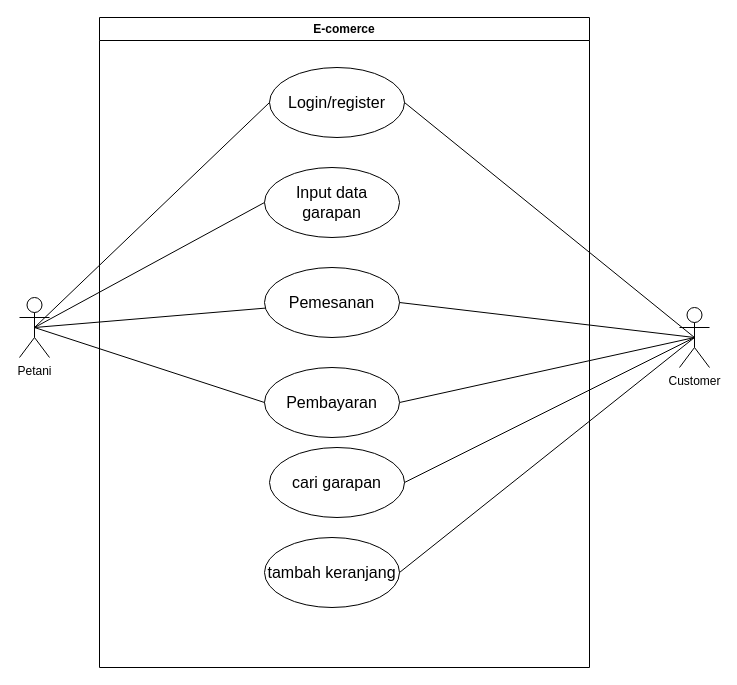
The draw.io diagram usecase.drawio in zzarr/Project3-design-diagram, before the edit. Source tidied: cells renumbered, new cells numbered last; positions are measured from the earlier drawing's top-left corner, leaving out a move shared by most shapes. Both pictures are drawn from the tidied source at 100%, with x=0, y=0 at pixel (19, 17).
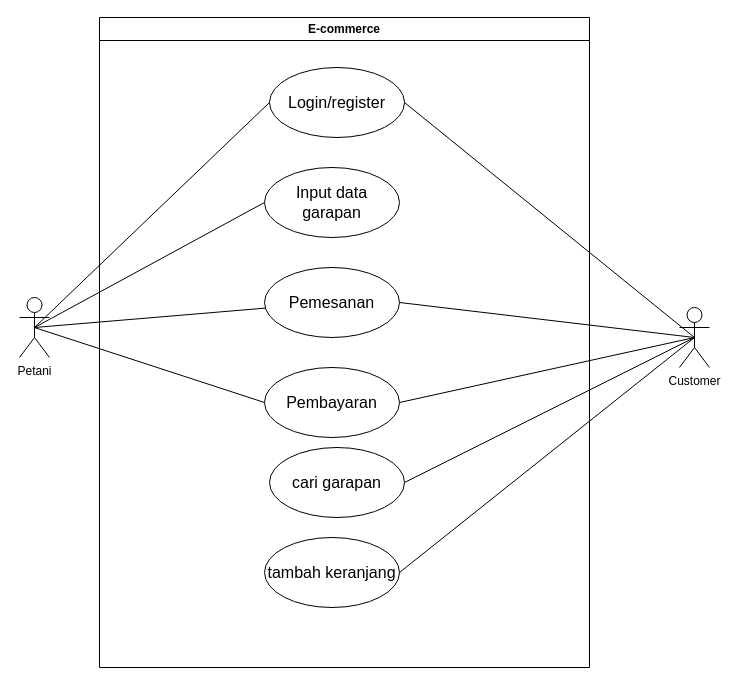
After the change.

What changed in the source:
```diff
@@
 <mxGraphModel>
   <root>
     <mxCell id="0" />
     <mxCell id="1" parent="0" />
     <mxCell id="2" value="Petani" style="shape=umlActor;verticalLabelPosition=bottom;verticalAlign=top;html=1;outlineConnect=0;fontStyle=0;" parent="1" vertex="1">
       <mxGeometry y="280" width="30" height="60" as="geometry" />
     </mxCell>
     <mxCell id="3" value="Customer" style="shape=umlActor;verticalLabelPosition=bottom;verticalAlign=top;html=1;outlineConnect=0;fontStyle=0;" parent="1" vertex="1">
       <mxGeometry x="660" y="290" width="30" height="60" as="geometry" />
     </mxCell>
     <mxCell id="4" value="&lt;font style=&quot;font-size: 16px;&quot;&gt;Input data garapan&lt;/font&gt;" style="ellipse;whiteSpace=wrap;html=1;" parent="1" vertex="1">
       <mxGeometry x="245" y="150" width="135" height="70" as="geometry" />
     </mxCell>
     <mxCell id="5" value="&lt;span style=&quot;font-size: 16px;&quot;&gt;Pemesanan&lt;/span&gt;" style="ellipse;whiteSpace=wrap;html=1;" parent="1" vertex="1">
       <mxGeometry x="245" y="250" width="135" height="70" as="geometry" />
     </mxCell>
     <mxCell id="6" style="rounded=0;jettySize=auto;html=1;exitX=1;exitY=0.5;exitDx=0;exitDy=0;entryX=0.5;entryY=0.5;entryDx=0;entryDy=0;entryPerimeter=0;endArrow=none;endFill=0;" parent="1" edge="1" source="7" target="3">
       <mxGeometry relative="1" as="geometry" />
     </mxCell>
     <mxCell id="7" value="&lt;span style=&quot;font-size: 16px;&quot;&gt;Pembayaran&lt;/span&gt;" style="ellipse;whiteSpace=wrap;html=1;" parent="1" vertex="1">
       <mxGeometry x="245" y="350" width="135" height="70" as="geometry" />
     </mxCell>
     <mxCell id="8" value="&lt;span style=&quot;font-size: 16px;&quot;&gt;cari garapan&lt;/span&gt;" style="ellipse;whiteSpace=wrap;html=1;" parent="1" vertex="1">
       <mxGeometry x="250" y="430" width="135" height="70" as="geometry" />
     </mxCell>
     <mxCell id="9" value="&lt;span style=&quot;font-size: 16px;&quot;&gt;tambah keranjang&lt;/span&gt;" style="ellipse;whiteSpace=wrap;html=1;" parent="1" vertex="1">
       <mxGeometry x="245" y="520" width="135" height="70" as="geometry" />
     </mxCell>
     <mxCell id="10" style="rounded=0;jettySize=auto;html=1;endArrow=none;endFill=0;entryX=0.5;entryY=0.5;entryDx=0;entryDy=0;entryPerimeter=0;" parent="1" edge="1" source="5" target="2">
       <mxGeometry relative="1" as="geometry" />
     </mxCell>
     <mxCell id="11" style="rounded=0;jettySize=auto;html=1;exitX=0;exitY=0.5;exitDx=0;exitDy=0;endArrow=none;endFill=0;entryX=0.5;entryY=0.5;entryDx=0;entryDy=0;entryPerimeter=0;" parent="1" edge="1" source="7" target="2">
       <mxGeometry relative="1" as="geometry" />
     </mxCell>
     <mxCell id="12" style="rounded=0;jettySize=auto;html=1;exitX=1;exitY=0.5;exitDx=0;exitDy=0;entryX=0.5;entryY=0.5;entryDx=0;entryDy=0;entryPerimeter=0;endArrow=none;endFill=0;" parent="1" edge="1" source="5" target="3">
       <mxGeometry relative="1" as="geometry" />
     </mxCell>
     <mxCell id="13" style="rounded=0;jettySize=auto;html=1;exitX=1;exitY=0.5;exitDx=0;exitDy=0;entryX=0.5;entryY=0.5;entryDx=0;entryDy=0;entryPerimeter=0;endArrow=none;endFill=0;" parent="1" edge="1" source="8" target="3">
       <mxGeometry relative="1" as="geometry" />
     </mxCell>
     <mxCell id="14" style="rounded=0;jettySize=auto;html=1;exitX=1;exitY=0.5;exitDx=0;exitDy=0;entryX=0.5;entryY=0.5;entryDx=0;entryDy=0;entryPerimeter=0;endArrow=none;endFill=0;" parent="1" edge="1" source="9" target="3">
       <mxGeometry relative="1" as="geometry" />
     </mxCell>
     <mxCell id="15" value="&lt;span style=&quot;font-size: 16px;&quot;&gt;Login/register&lt;/span&gt;" style="ellipse;whiteSpace=wrap;html=1;" parent="1" vertex="1">
       <mxGeometry x="250" y="50" width="135" height="70" as="geometry" />
     </mxCell>
     <mxCell id="16" style="rounded=0;jettySize=auto;html=1;exitX=1;exitY=0.5;exitDx=0;exitDy=0;entryX=0.5;entryY=0.5;entryDx=0;entryDy=0;entryPerimeter=0;endArrow=none;endFill=0;" parent="1" edge="1" source="15" target="3">
       <mxGeometry relative="1" as="geometry" />
     </mxCell>
     <mxCell id="17" style="rounded=0;jettySize=auto;html=1;exitX=0;exitY=0.5;exitDx=0;exitDy=0;entryX=0.5;entryY=0.5;entryDx=0;entryDy=0;entryPerimeter=0;endArrow=none;endFill=0;" parent="1" edge="1" source="4" target="2">
       <mxGeometry relative="1" as="geometry" />
     </mxCell>
     <mxCell id="18" style="rounded=0;jettySize=auto;html=1;exitX=0;exitY=0.5;exitDx=0;exitDy=0;entryX=0.5;entryY=0.5;entryDx=0;entryDy=0;entryPerimeter=0;endArrow=none;endFill=0;" parent="1" edge="1" source="15" target="2">
       <mxGeometry relative="1" as="geometry" />
     </mxCell>
-    <mxCell id="19" value="E-comerce" style="swimlane;whiteSpace=wrap;html=1;" parent="1" vertex="1">
+    <mxCell id="19" value="E-commerce" style="swimlane;whiteSpace=wrap;html=1;" parent="1" vertex="1">
       <mxGeometry x="80" width="490" height="650" as="geometry" />
     </mxCell>
   </root>
 </mxGraphModel>
```
